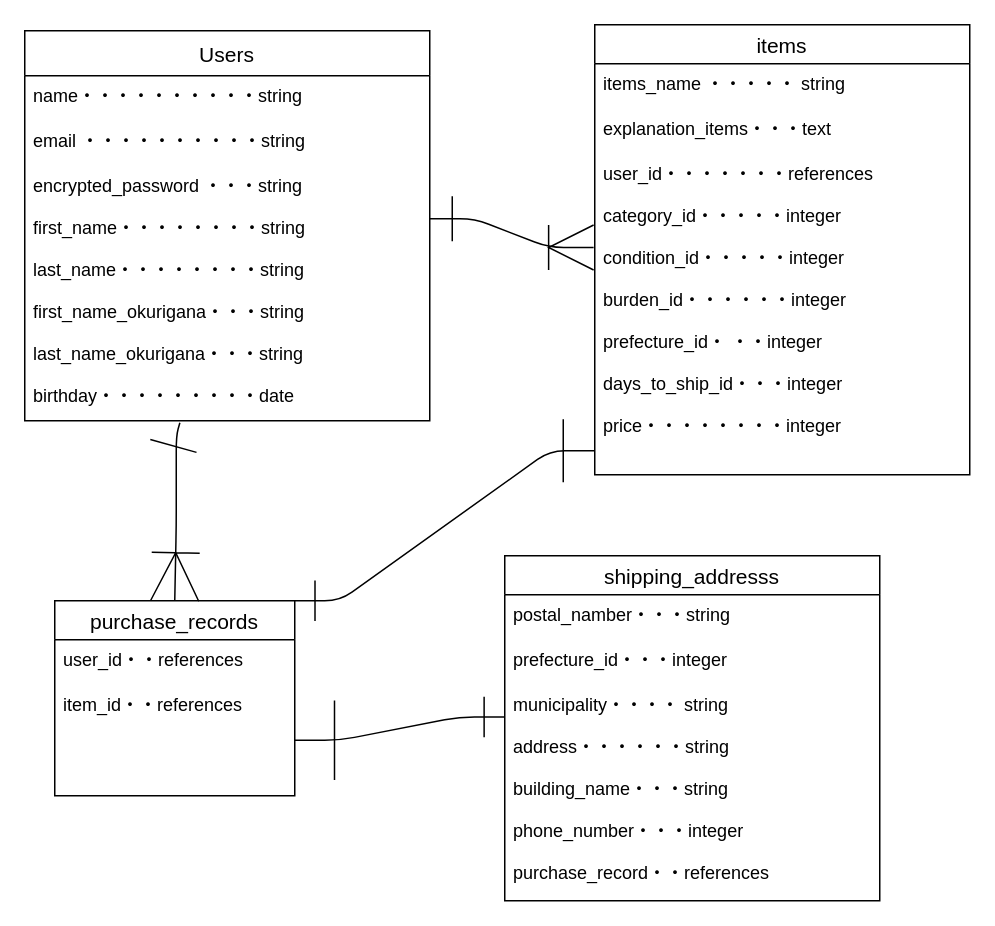
Above: app/furima.dio in masahiko1214/furima-34506 (draw.io), before the change. Source tidied: cells renumbered, new cells numbered last; positions are measured from the earlier drawing's top-left corner, leaving out a move shared by most shapes. Both pictures are drawn from the tidied source at 150%, with x=0, y=0 at pixel (24, 24).
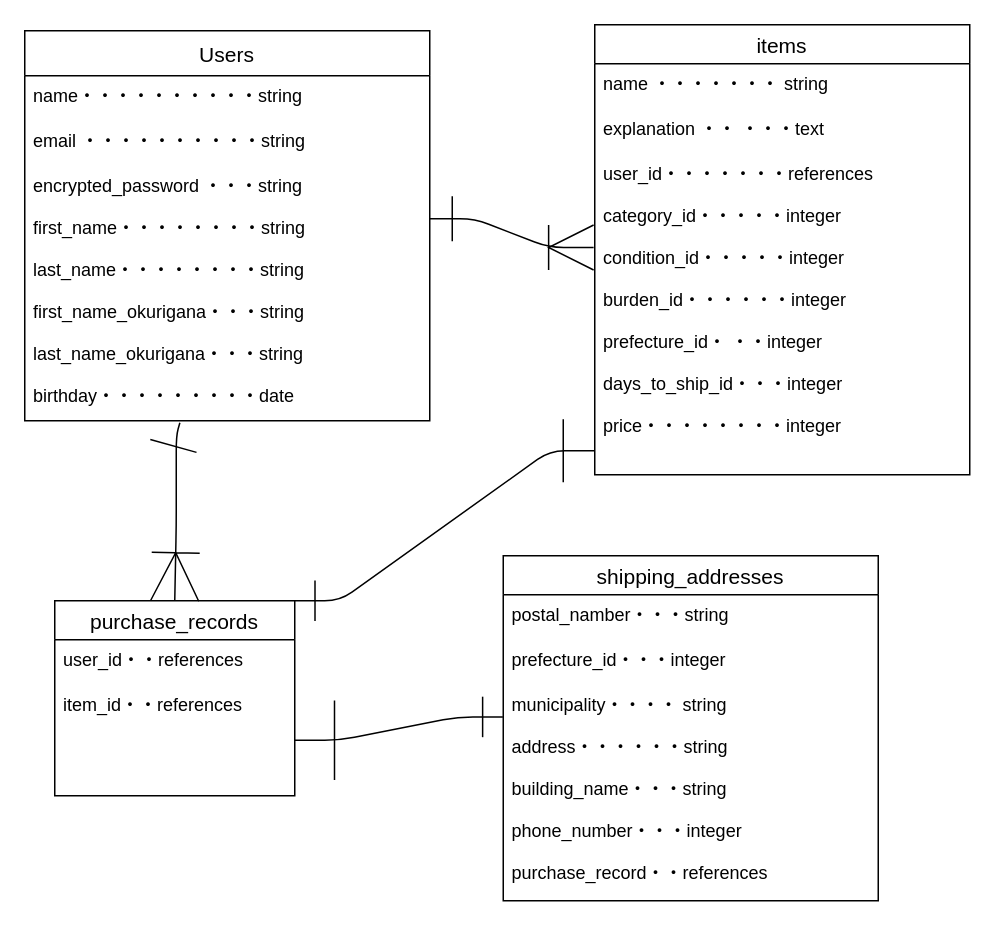
The same diagram, later.

Commit message (it also covers changes not shown here):
コードレビュー後修正#3

DB設計の修正

The change refers to these unchanged cells:
```xml
<mxCell id="6" value="items" style="swimlane;fontStyle=0;horizontal=1;startSize=26;align=center;fontSize=14;" parent="1" vertex="1">
  <mxGeometry x="380" width="250" height="300" as="geometry" />
</mxCell>
```

Change to the diagram source:
```diff
@@
-    <mxCell id="7" value="items_name ・・・・・ string" style="text;strokeColor=none;fillColor=none;spacingLeft=4;spacingRight=4;overflow=hidden;fontSize=12;" parent="6" vertex="1">
+    <mxCell id="7" value="name ・・・・・・・ string" style="text;strokeColor=none;fillColor=none;spacingLeft=4;spacingRight=4;overflow=hidden;fontSize=12;" parent="6" vertex="1">
       <mxGeometry y="26" width="250" height="30" as="geometry" />
     </mxCell>
-    <mxCell id="8" value="explanation_items・・・text" style="text;strokeColor=none;fillColor=none;spacingLeft=4;spacingRight=4;overflow=hidden;fontSize=12;" parent="6" vertex="1">
+    <mxCell id="8" value="explanation ・・ ・・・text" style="text;strokeColor=none;fillColor=none;spacingLeft=4;spacingRight=4;overflow=hidden;fontSize=12;" parent="6" vertex="1">
       <mxGeometry y="56" width="250" height="30" as="geometry" />
     </mxCell>
@@
-    <mxCell id="13" value="shipping_addresss" style="swimlane;fontStyle=0;horizontal=1;startSize=26;align=center;fontSize=14;" parent="1" vertex="1">
-      <mxGeometry x="320" y="354" width="250" height="230" as="geometry" />
+    <mxCell id="13" value="shipping_addresses" style="swimlane;fontStyle=0;horizontal=1;startSize=26;align=center;fontSize=14;" parent="1" vertex="1">
+      <mxGeometry x="319" y="354" width="250" height="230" as="geometry" />
     </mxCell>
```
